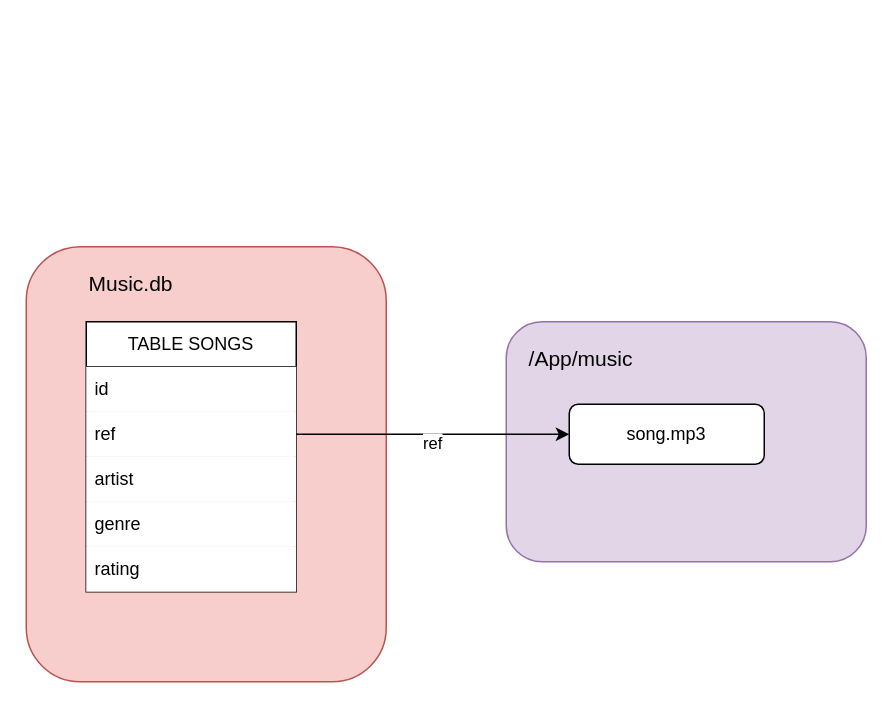
Before: database.drawio in matthew-c-atu/project-diagrams, a draw.io diagram. Source tidied: cells renumbered, new cells numbered last; positions are measured from the earlier drawing's top-left corner, leaving out a move shared by most shapes. Both pictures are drawn from the tidied source at 150%, with x=0, y=0 at pixel (26, 246).
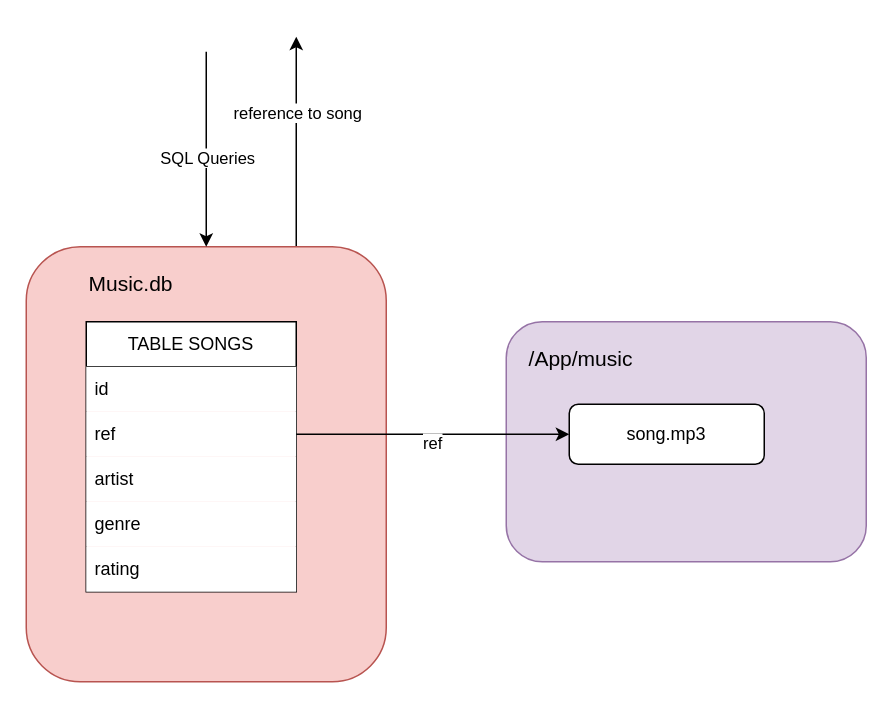
The same diagram, later.

Unchanged cells that the change refers to:
```xml
<mxCell id="3" style="rounded=1;whiteSpace=wrap;html=1;fillColor=#f8cecc;strokeColor=#b85450;" parent="1" vertex="1">
  <mxGeometry width="240" height="290" as="geometry" />
</mxCell>
```

What changed in the source:
```diff
@@
+    <mxCell id="15" style="edgeStyle=orthogonalEdgeStyle;rounded=0;jettySize=auto;html=1;exitX=0.75;exitY=0;exitDx=0;exitDy=0;" parent="1" edge="1" source="3">
+      <mxGeometry relative="1" as="geometry">
+        <mxPoint x="180" y="-140" as="targetPoint" />
+      </mxGeometry>
+    </mxCell>
+    <mxCell id="16" value="reference to song" style="edgeLabel;html=1;align=center;verticalAlign=middle;" parent="15" vertex="1">
+      <mxGeometry x="0.32" y="-2" relative="1" as="geometry">
+        <mxPoint x="-2" y="3" as="offset" />
+      </mxGeometry>
+    </mxCell>
@@
+    <mxCell id="17" style="endArrow=classic;html=1;rounded=0;entryX=0.5;entryY=0;entryDx=0;entryDy=0;" parent="1" edge="1" target="3">
+      <mxGeometry relative="1" as="geometry">
+        <mxPoint x="120" y="-130" as="sourcePoint" />
+      </mxGeometry>
+    </mxCell>
+    <mxCell id="18" value="SQL Queries" style="edgeLabel;html=1;align=center;verticalAlign=middle;" parent="17" vertex="1">
+      <mxGeometry x="0.03" y="3" relative="1" as="geometry">
+        <mxPoint x="-3" y="3" as="offset" />
+      </mxGeometry>
+    </mxCell>
```
